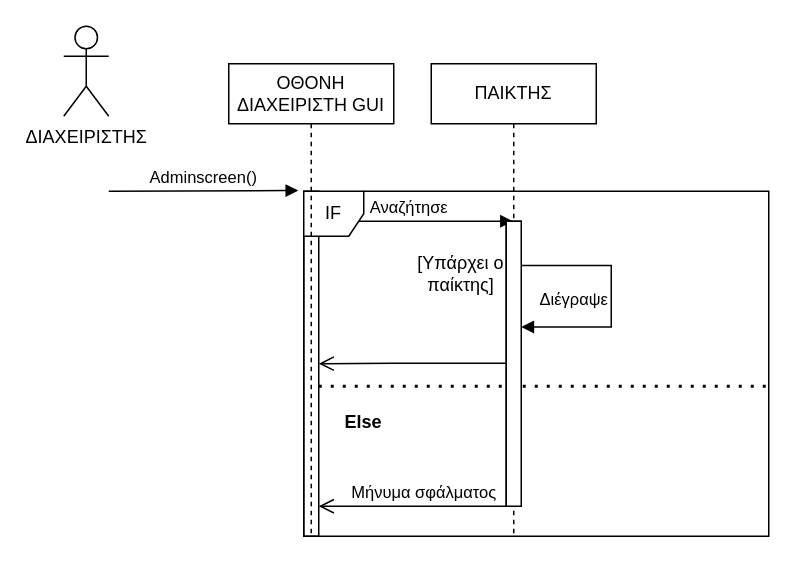
The draw.io diagram spetz/sequences/edit_player_right_rob.drawio in Pspetz/Organthlon, before the edit. Source tidied: cells renumbered, new cells numbered last; positions are measured from the earlier drawing's top-left corner, leaving out a move shared by most shapes. Both pictures are drawn from the tidied source at 150%, with x=0, y=0 at pixel (63, 26).
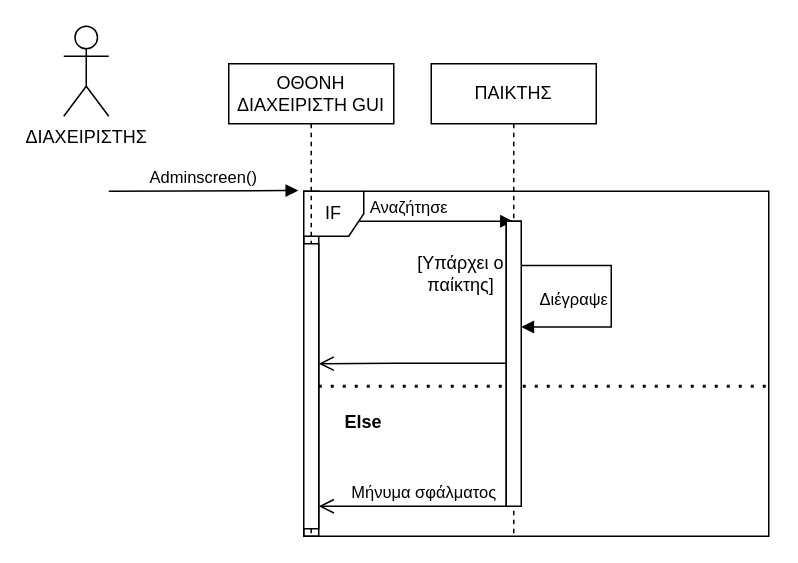
The same diagram, later.

Unchanged cells that the change refers to:
```xml
<mxCell id="14" value="ΟΘΟΝΗ ΔΙΑΧΕΙΡΙΣΤΗ GUI" style="shape=umlLifeline;perimeter=lifelinePerimeter;whiteSpace=wrap;html=1;" parent="1" vertex="1">
  <mxGeometry x="110" y="25" width="110" height="315" as="geometry" />
</mxCell>
```

Change to the diagram source:
```diff
@@
+    <mxCell id="17" style="html=1;perimeter=orthogonalPerimeter;strokeColor=#000000;" parent="14" vertex="1">
+      <mxGeometry x="50" y="120" width="10" height="190" as="geometry" />
+    </mxCell>
```
